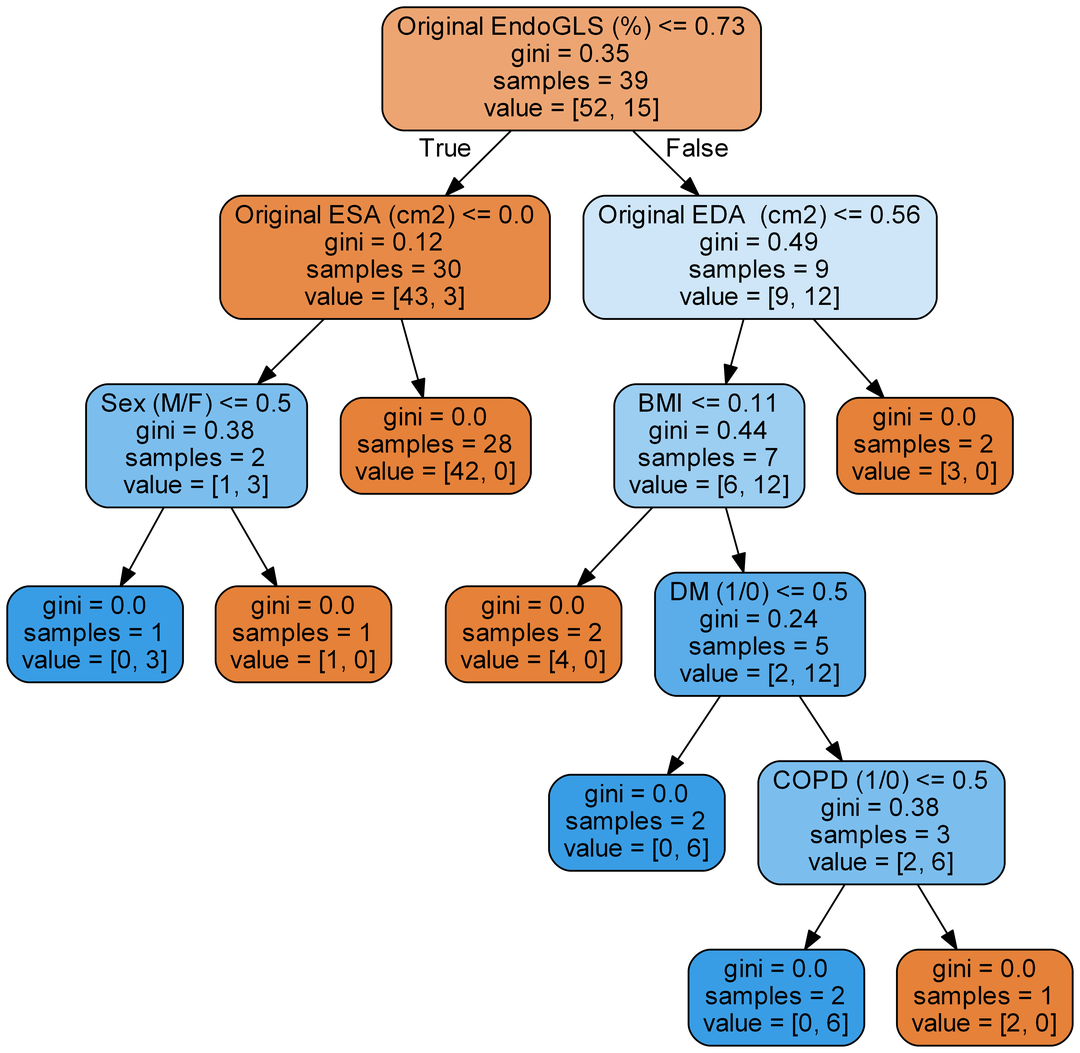
Earlier version of the Graphviz export tree.png (nitro41992/cs634-final-project). Its source is kept beside it as tree.dot.
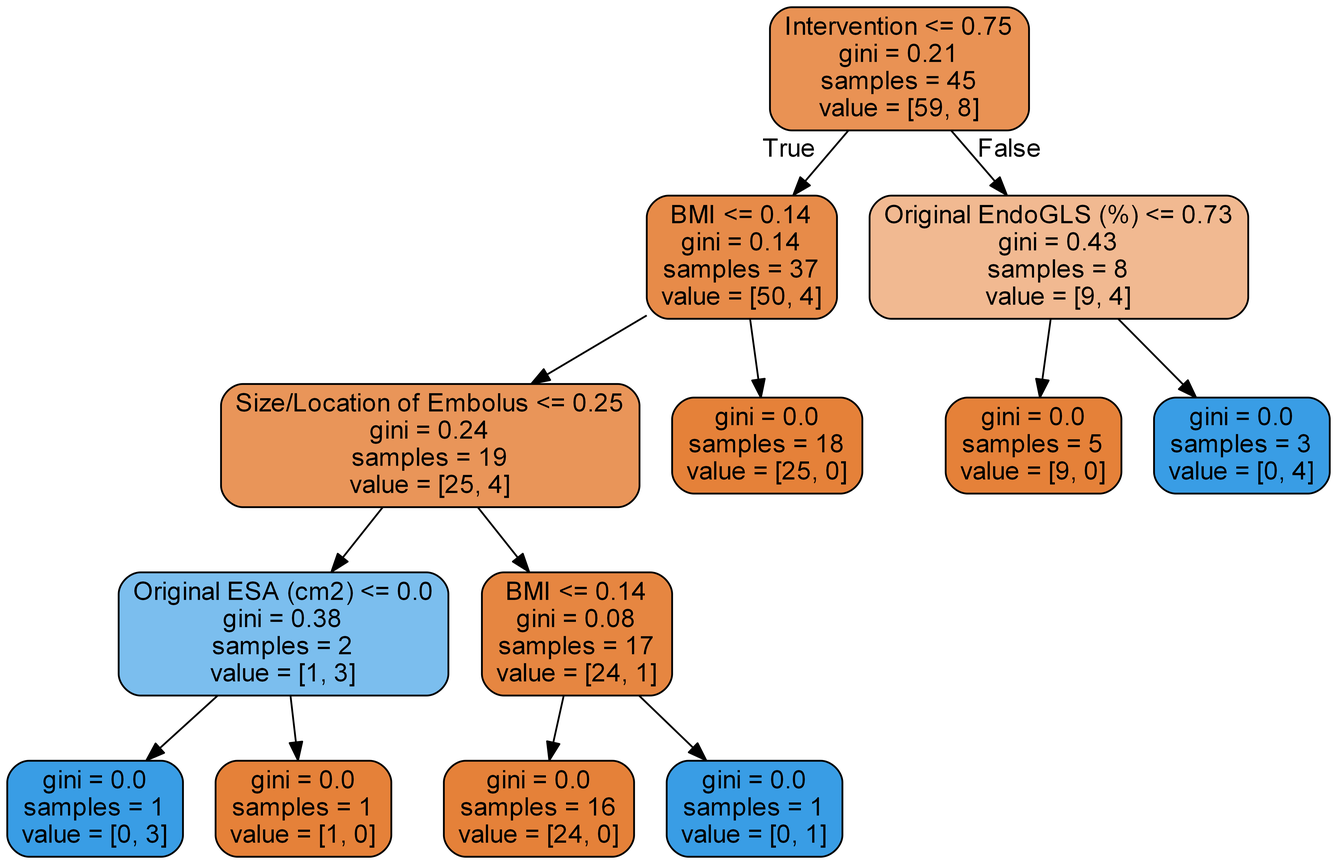
The same file after the commit.

The edit, as a diff of the source:
```diff
@@ -1,33 +1,29 @@
 digraph Tree {
 node [shape=box, style="filled, rounded", color="black", fontname=helvetica] ;
 edge [fontname=helvetica] ;
-0 [label="Original EndoGLS (%) <= 0.73\ngini = 0.35\nsamples = 39\nvalue = [52, 15]", fillcolor="#eca572"] ;
-1 [label="Original ESA (cm2) <= 0.0\ngini = 0.12\nsamples = 30\nvalue = [43, 3]", fillcolor="#e78a47"] ;
+0 [label="Intervention <= 0.75\ngini = 0.21\nsamples = 45\nvalue = [59, 8]", fillcolor="#e99254"] ;
+1 [label="BMI <= 0.14\ngini = 0.14\nsamples = 37\nvalue = [50, 4]", fillcolor="#e78b49"] ;
 0 -> 1 [labeldistance=2.5, labelangle=45, headlabel="True"] ;
-2 [label="Sex (M/F) <= 0.5\ngini = 0.38\nsamples = 2\nvalue = [1, 3]", fillcolor="#7bbeee"] ;
+2 [label="Size/Location of Embolus <= 0.25\ngini = 0.24\nsamples = 19\nvalue = [25, 4]", fillcolor="#e99559"] ;
 1 -> 2 ;
-3 [label="gini = 0.0\nsamples = 1\nvalue = [0, 3]", fillcolor="#399de5"] ;
+3 [label="Original ESA (cm2) <= 0.0\ngini = 0.38\nsamples = 2\nvalue = [1, 3]", fillcolor="#7bbeee"] ;
 2 -> 3 ;
-4 [label="gini = 0.0\nsamples = 1\nvalue = [1, 0]", fillcolor="#e58139"] ;
-2 -> 4 ;
-5 [label="gini = 0.0\nsamples = 28\nvalue = [42, 0]", fillcolor="#e58139"] ;
-1 -> 5 ;
-6 [label="Original EDA  (cm2) <= 0.56\ngini = 0.49\nsamples = 9\nvalue = [9, 12]", fillcolor="#cee6f8"] ;
-0 -> 6 [labeldistance=2.5, labelangle=-45, headlabel="False"] ;
-7 [label="BMI <= 0.11\ngini = 0.44\nsamples = 7\nvalue = [6, 12]", fillcolor="#9ccef2"] ;
+4 [label="gini = 0.0\nsamples = 1\nvalue = [0, 3]", fillcolor="#399de5"] ;
+3 -> 4 ;
+5 [label="gini = 0.0\nsamples = 1\nvalue = [1, 0]", fillcolor="#e58139"] ;
+3 -> 5 ;
+6 [label="BMI <= 0.14\ngini = 0.08\nsamples = 17\nvalue = [24, 1]", fillcolor="#e68641"] ;
+2 -> 6 ;
+7 [label="gini = 0.0\nsamples = 16\nvalue = [24, 0]", fillcolor="#e58139"] ;
 6 -> 7 ;
-8 [label="gini = 0.0\nsamples = 2\nvalue = [4, 0]", fillcolor="#e58139"] ;
-7 -> 8 ;
-9 [label="DM (1/0) <= 0.5\ngini = 0.24\nsamples = 5\nvalue = [2, 12]", fillcolor="#5aade9"] ;
-7 -> 9 ;
-10 [label="gini = 0.0\nsamples = 2\nvalue = [0, 6]", fillcolor="#399de5"] ;
-9 -> 10 ;
-11 [label="COPD (1/0) <= 0.5\ngini = 0.38\nsamples = 3\nvalue = [2, 6]", fillcolor="#7bbeee"] ;
-9 -> 11 ;
-12 [label="gini = 0.0\nsamples = 2\nvalue = [0, 6]", fillcolor="#399de5"] ;
-11 -> 12 ;
-13 [label="gini = 0.0\nsamples = 1\nvalue = [2, 0]", fillcolor="#e58139"] ;
-11 -> 13 ;
-14 [label="gini = 0.0\nsamples = 2\nvalue = [3, 0]", fillcolor="#e58139"] ;
-6 -> 14 ;
+8 [label="gini = 0.0\nsamples = 1\nvalue = [0, 1]", fillcolor="#399de5"] ;
+6 -> 8 ;
+9 [label="gini = 0.0\nsamples = 18\nvalue = [25, 0]", fillcolor="#e58139"] ;
+1 -> 9 ;
+10 [label="Original EndoGLS (%) <= 0.73\ngini = 0.43\nsamples = 8\nvalue = [9, 4]", fillcolor="#f1b991"] ;
+0 -> 10 [labeldistance=2.5, labelangle=-45, headlabel="False"] ;
+11 [label="gini = 0.0\nsamples = 5\nvalue = [9, 0]", fillcolor="#e58139"] ;
+10 -> 11 ;
+12 [label="gini = 0.0\nsamples = 3\nvalue = [0, 4]", fillcolor="#399de5"] ;
+10 -> 12 ;
 }
```
